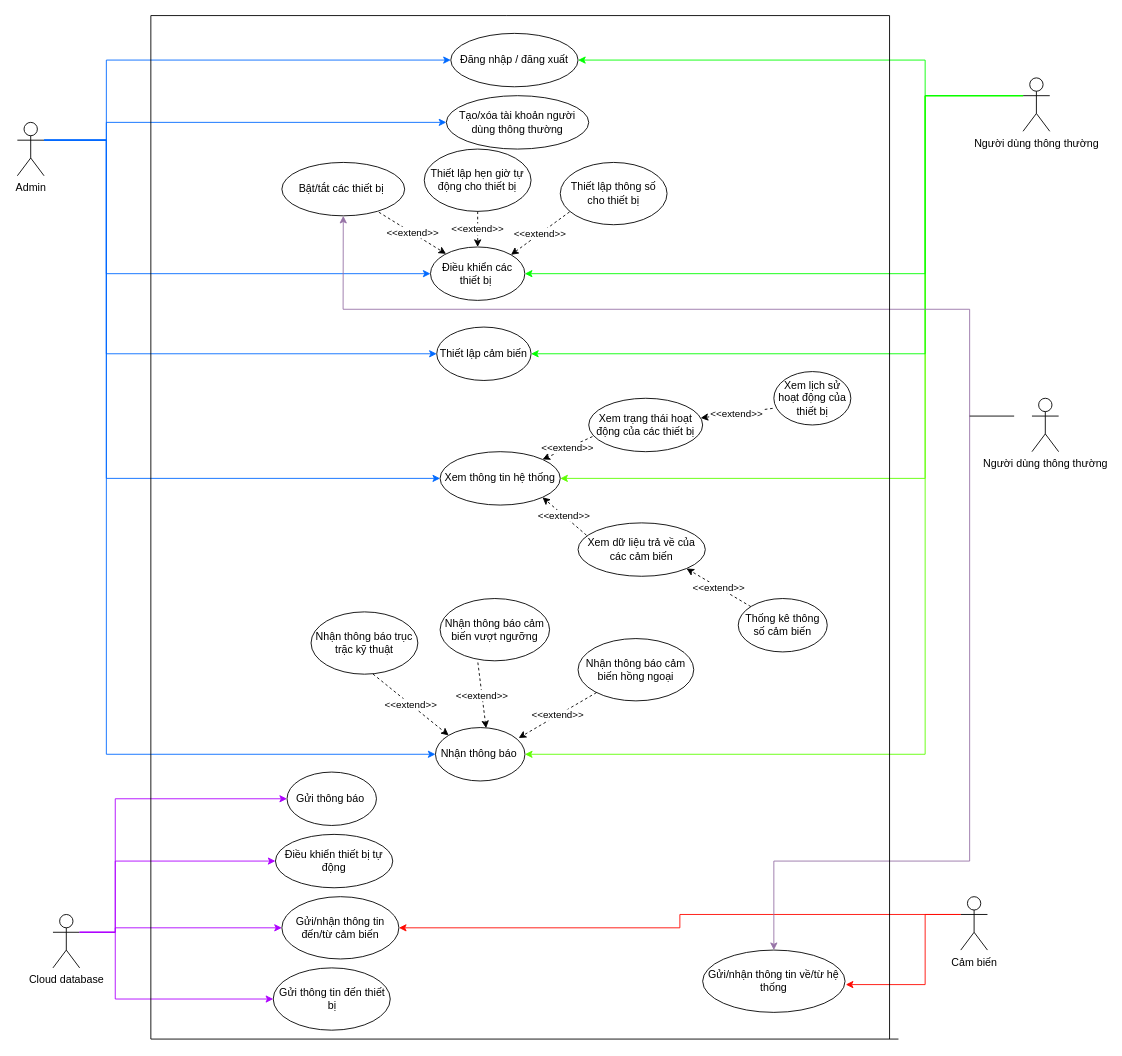
This is Week 2/Use case diagram.drawio from astr0tas/Smart-Home-CNPM, a draw.io file, before an edit. Source tidied: cells renumbered, new cells numbered last; positions are measured from the earlier drawing's top-left corner, leaving out a move shared by most shapes. Both pictures are drawn from the tidied source at 89%, with x=0, y=0 at pixel (17, 15).
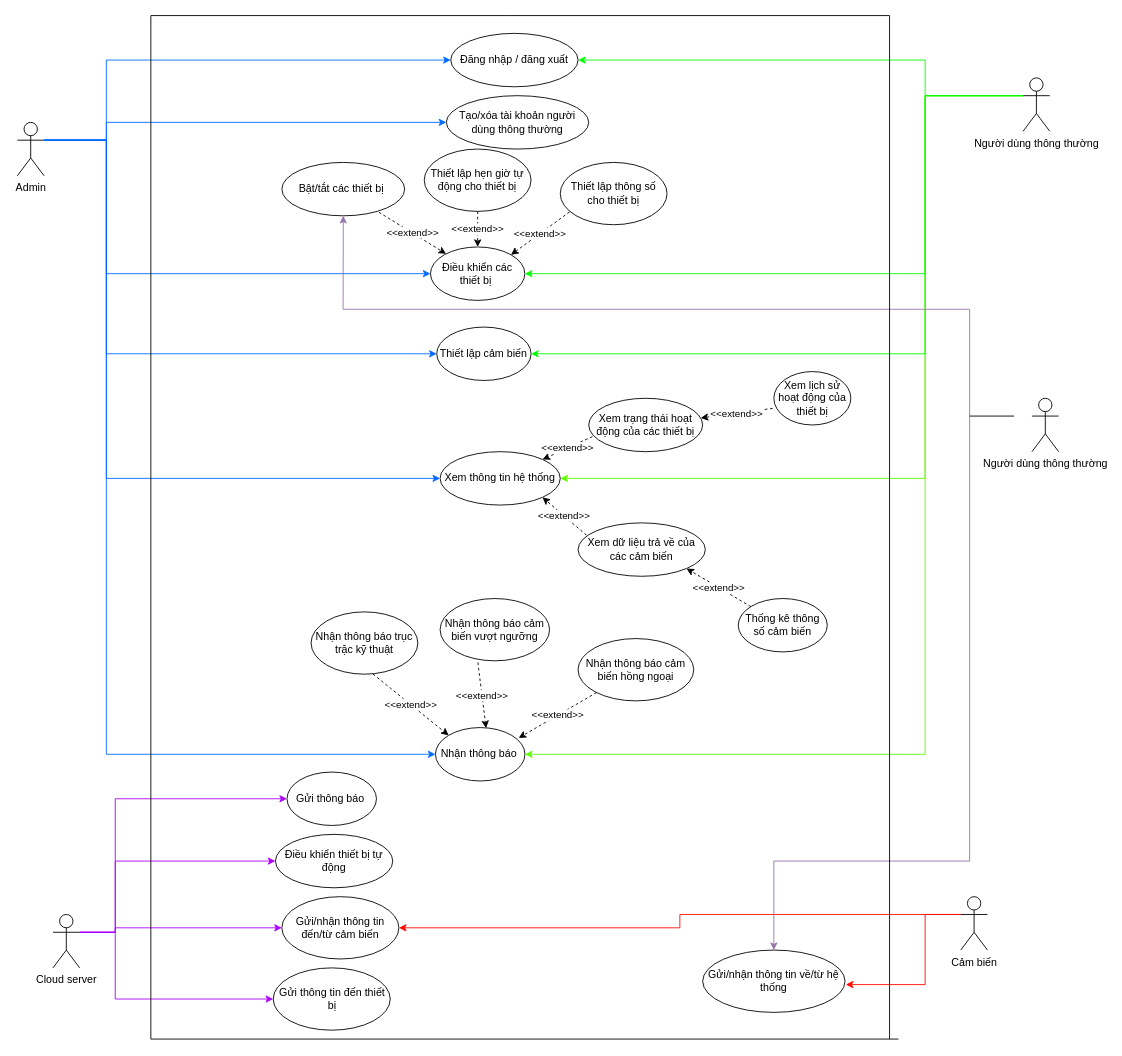
After the change.

Change to the diagram source:
```diff
@@
-    <mxCell id="34" value="Cloud database" style="shape=umlActor;verticalLabelPosition=bottom;verticalAlign=top;html=1;outlineConnect=0;" parent="1" vertex="1">
+    <mxCell id="34" value="Cloud server" style="shape=umlActor;verticalLabelPosition=bottom;verticalAlign=top;html=1;outlineConnect=0;" parent="1" vertex="1">
       <mxGeometry x="40" y="1010" width="30" height="60" as="geometry" />
     </mxCell>
```
